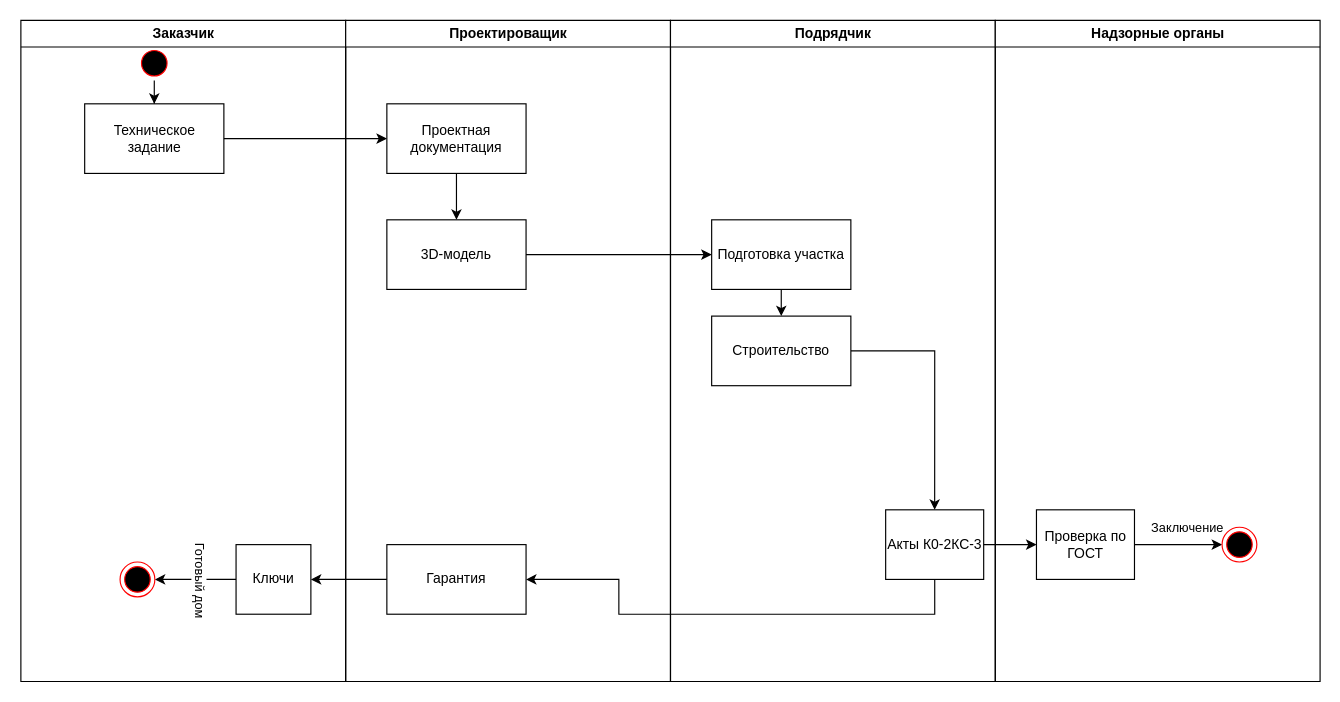
lLegionl/BuildYourDream keeps this draw.io diagram as diagrams/UML_ACTIVITY.drawio. Above is the earlier version. Source tidied: cells renumbered, new cells numbered last; positions are measured from the earlier drawing's top-left corner, leaving out a move shared by most shapes. Both pictures are drawn from the tidied source at 116%, with x=0, y=0 at pixel (20, 20).
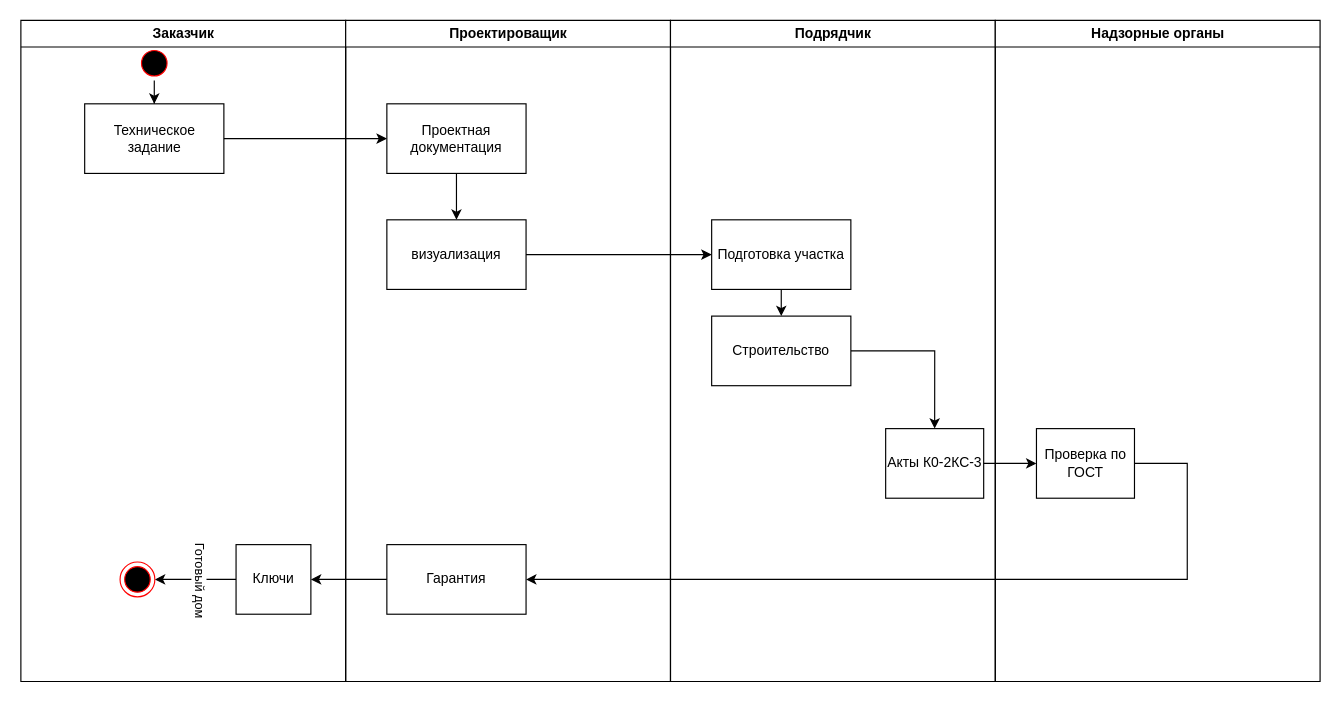
The same diagram, later.

Unchanged cells that the change refers to:
```xml
<mxCell id="10" value="Проектироващик" style="swimlane;whiteSpace=wrap;" parent="1" vertex="1">
  <mxGeometry x="280.5" width="280" height="570" as="geometry" />
</mxCell>
<mxCell id="14" value="Гарантия" style="rounded=0;whiteSpace=wrap;html=1;" parent="10" vertex="1">
  <mxGeometry x="35.5" y="452" width="120" height="60" as="geometry" />
</mxCell>
<mxCell id="15" value="Подрядчик" style="swimlane;whiteSpace=wrap;" parent="1" vertex="1">
  <mxGeometry x="560.5" width="280" height="570" as="geometry" />
</mxCell>
<mxCell id="22" value="Надзорные органы" style="swimlane;whiteSpace=wrap;startSize=23;" parent="1" vertex="1">
  <mxGeometry x="840.5" width="280" height="570" as="geometry" />
</mxCell>
```

What changed in the source:
```diff
@@
-    <mxCell id="13" value="3D-модель" style="rounded=0;whiteSpace=wrap;html=1;" parent="10" vertex="1">
+    <mxCell id="13" value="визуализация" style="rounded=0;whiteSpace=wrap;html=1;" parent="10" vertex="1">
       <mxGeometry x="35.5" y="172" width="120" height="60" as="geometry" />
     </mxCell>
@@
     <mxCell id="18" value="Акты К0-2КС-3" style="rounded=0;whiteSpace=wrap;html=1;" parent="15" vertex="1">
-      <mxGeometry x="185.5" y="422" width="84.5" height="60" as="geometry" />
+      <mxGeometry x="185.5" y="352" width="84.5" height="60" as="geometry" />
     </mxCell>
@@
-    <mxCell id="23" style="edgeStyle=orthogonalEdgeStyle;rounded=0;jettySize=auto;html=1;entryX=0;entryY=0.5;entryDx=0;entryDy=0;" parent="22" edge="1" source="25" target="26">
-      <mxGeometry relative="1" as="geometry" />
-    </mxCell>
-    <mxCell id="24" value="Заключение" style="edgeLabel;html=1;align=center;verticalAlign=middle;" parent="23" vertex="1">
-      <mxGeometry x="-0.11" y="1" relative="1" as="geometry">
-        <mxPoint x="11" y="-14" as="offset" />
-      </mxGeometry>
-    </mxCell>
     <mxCell id="25" value="Проверка по ГОСТ" style="rounded=0;whiteSpace=wrap;html=1;" parent="22" vertex="1">
-      <mxGeometry x="35.5" y="422" width="84.5" height="60" as="geometry" />
+      <mxGeometry x="35.5" y="352" width="84.5" height="60" as="geometry" />
     </mxCell>
-    <mxCell id="26" style="ellipse;html=1;shape=endState;fillColor=#000000;strokeColor=#ff0000;" parent="22" vertex="1">
-      <mxGeometry x="195.5" y="437" width="30" height="30" as="geometry" />
-    </mxCell>
@@
-    <mxCell id="29" style="edgeStyle=orthogonalEdgeStyle;rounded=0;jettySize=auto;html=1;entryX=1;entryY=0.5;entryDx=0;entryDy=0;" parent="1" edge="1" source="18" target="14">
-      <mxGeometry relative="1" as="geometry">
-        <Array as="points">
-          <mxPoint x="788" y="512" />
-          <mxPoint x="516" y="512" />
-          <mxPoint x="516" y="482" />
-        </Array>
-      </mxGeometry>
-    </mxCell>
@@
+    <mxCell id="23" style="edgeStyle=orthogonalEdgeStyle;rounded=0;jettySize=auto;html=1;entryX=1;entryY=0.5;entryDx=0;entryDy=0;" parent="1" edge="1" source="25" target="14">
+      <mxGeometry relative="1" as="geometry">
+        <Array as="points">
+          <mxPoint x="1006" y="382" />
+          <mxPoint x="1006" y="482" />
+        </Array>
+      </mxGeometry>
+    </mxCell>
```
